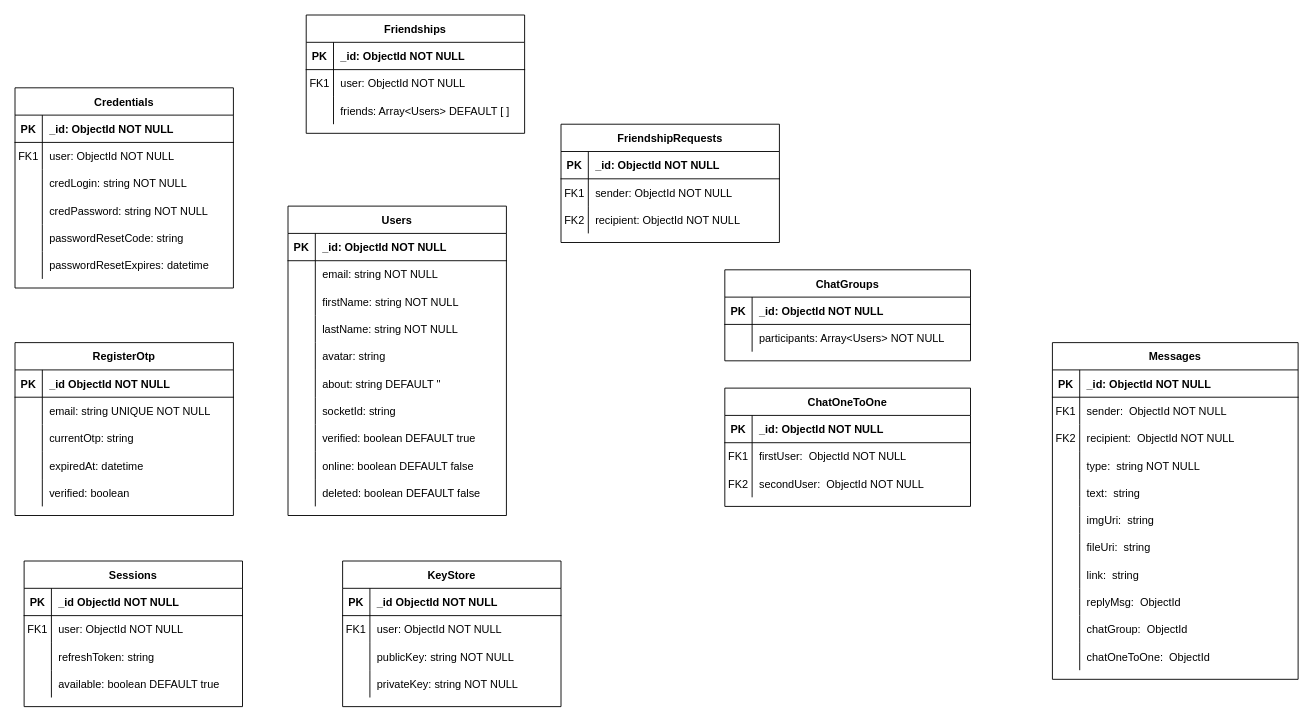
Earlier version of the draw.io diagram docs/meca-database-diagram.drawio (NhutHuyDev/meca). Source tidied: cells renumbered, new cells numbered last; positions are measured from the earlier drawing's top-left corner, leaving out a move shared by most shapes. Both pictures are drawn from the tidied source at 91%, with x=0, y=0 at pixel (15, 15).
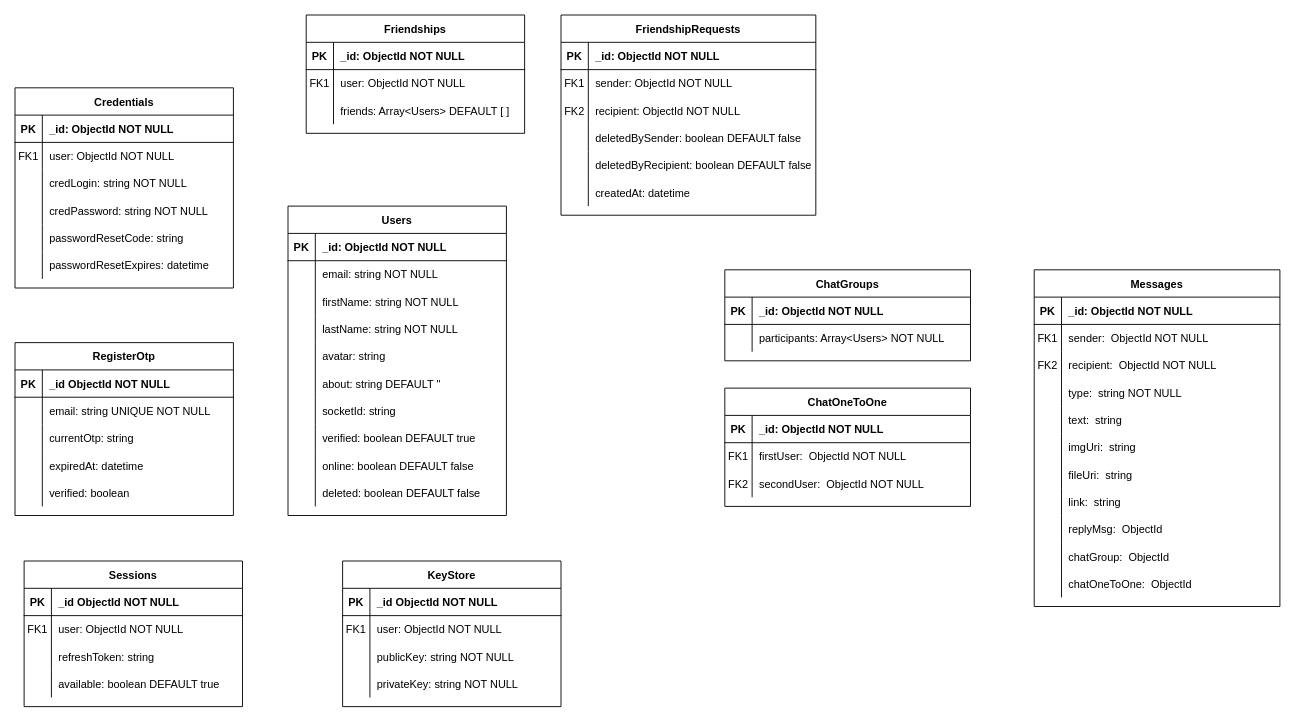
The same diagram, later.

What changed in the source:
```diff
@@
     <mxCell id="104" value="FriendshipRequests" style="shape=table;startSize=30;childLayout=tableLayout;rowLines=0;fontStyle=1;align=center;" parent="1" vertex="1">
-      <mxGeometry x="600" y="120" width="240" height="130" as="geometry" />
+      <mxGeometry x="600" width="280" height="220" as="geometry" />
     </mxCell>
     <mxCell id="105" style="shape=partialRectangle;fillColor=none;top=0;left=0;right=0;bottom=1;" parent="104" vertex="1">
-      <mxGeometry y="30" width="240" height="30" as="geometry" />
+      <mxGeometry y="30" width="280" height="30" as="geometry" />
     </mxCell>
@@
     <mxCell id="107" value="_id: ObjectId NOT NULL" style="shape=partialRectangle;overflow=hidden;fillColor=none;top=0;left=0;bottom=0;right=0;align=left;spacingLeft=6;fontStyle=1;" parent="105" vertex="1">
-      <mxGeometry x="30" width="210" height="30" as="geometry" />
+      <mxGeometry x="30" width="250" height="30" as="geometry" />
     </mxCell>
     <mxCell id="108" style="shape=partialRectangle;fillColor=none;top=0;left=0;right=0;bottom=0;" parent="104" vertex="1">
-      <mxGeometry y="60" width="240" height="30" as="geometry" />
+      <mxGeometry y="60" width="280" height="30" as="geometry" />
     </mxCell>
@@
     <mxCell id="110" value="sender: ObjectId NOT NULL" style="shape=partialRectangle;overflow=hidden;fillColor=none;top=0;left=0;bottom=0;right=0;align=left;spacingLeft=6;" parent="108" vertex="1">
-      <mxGeometry x="30" width="210" height="30" as="geometry" />
+      <mxGeometry x="30" width="250" height="30" as="geometry" />
     </mxCell>
     <mxCell id="111" style="shape=partialRectangle;fillColor=none;top=0;left=0;right=0;bottom=0;" parent="104" vertex="1">
-      <mxGeometry y="90" width="240" height="30" as="geometry" />
+      <mxGeometry y="90" width="280" height="30" as="geometry" />
     </mxCell>
@@
     <mxCell id="113" value="recipient: ObjectId NOT NULL" style="shape=partialRectangle;overflow=hidden;fillColor=none;top=0;left=0;bottom=0;right=0;align=left;spacingLeft=6;" parent="111" vertex="1">
-      <mxGeometry x="30" width="210" height="30" as="geometry" />
+      <mxGeometry x="30" width="250" height="30" as="geometry" />
     </mxCell>
+    <mxCell id="165" style="shape=partialRectangle;fillColor=none;top=0;left=0;right=0;bottom=0;" parent="104" vertex="1">
+      <mxGeometry y="120" width="280" height="30" as="geometry" />
+    </mxCell>
+    <mxCell id="166" style="shape=partialRectangle;overflow=hidden;fillColor=none;top=0;left=0;bottom=0;right=0;" parent="165" vertex="1">
+      <mxGeometry width="30" height="30" as="geometry" />
+    </mxCell>
+    <mxCell id="167" value="deletedBySender: boolean DEFAULT false" style="shape=partialRectangle;overflow=hidden;fillColor=none;top=0;left=0;bottom=0;right=0;align=left;spacingLeft=6;" parent="165" vertex="1">
+      <mxGeometry x="30" width="250" height="30" as="geometry" />
+    </mxCell>
+    <mxCell id="168" style="shape=partialRectangle;fillColor=none;top=0;left=0;right=0;bottom=0;" parent="104" vertex="1">
+      <mxGeometry y="150" width="280" height="30" as="geometry" />
+    </mxCell>
+    <mxCell id="169" style="shape=partialRectangle;overflow=hidden;fillColor=none;top=0;left=0;bottom=0;right=0;" parent="168" vertex="1">
+      <mxGeometry width="30" height="30" as="geometry" />
+    </mxCell>
+    <mxCell id="170" value="deletedByRecipient: boolean DEFAULT false" style="shape=partialRectangle;overflow=hidden;fillColor=none;top=0;left=0;bottom=0;right=0;align=left;spacingLeft=6;" parent="168" vertex="1">
+      <mxGeometry x="30" width="250" height="30" as="geometry" />
+    </mxCell>
+    <mxCell id="171" style="shape=partialRectangle;fillColor=none;top=0;left=0;right=0;bottom=0;" parent="104" vertex="1">
+      <mxGeometry y="180" width="280" height="30" as="geometry" />
+    </mxCell>
+    <mxCell id="172" style="shape=partialRectangle;overflow=hidden;fillColor=none;top=0;left=0;bottom=0;right=0;" parent="171" vertex="1">
+      <mxGeometry width="30" height="30" as="geometry" />
+    </mxCell>
+    <mxCell id="173" value="createdAt: datetime" style="shape=partialRectangle;overflow=hidden;fillColor=none;top=0;left=0;bottom=0;right=0;align=left;spacingLeft=6;" parent="171" vertex="1">
+      <mxGeometry x="30" width="250" height="30" as="geometry" />
+    </mxCell>
@@
     <mxCell id="131" value="Messages" style="shape=table;startSize=30;childLayout=tableLayout;rowLines=0;fontStyle=1;align=center;" parent="1" vertex="1">
-      <mxGeometry x="1140" y="360" width="270" height="370" as="geometry" />
+      <mxGeometry x="1120" y="280" width="270" height="370" as="geometry" />
     </mxCell>
```
